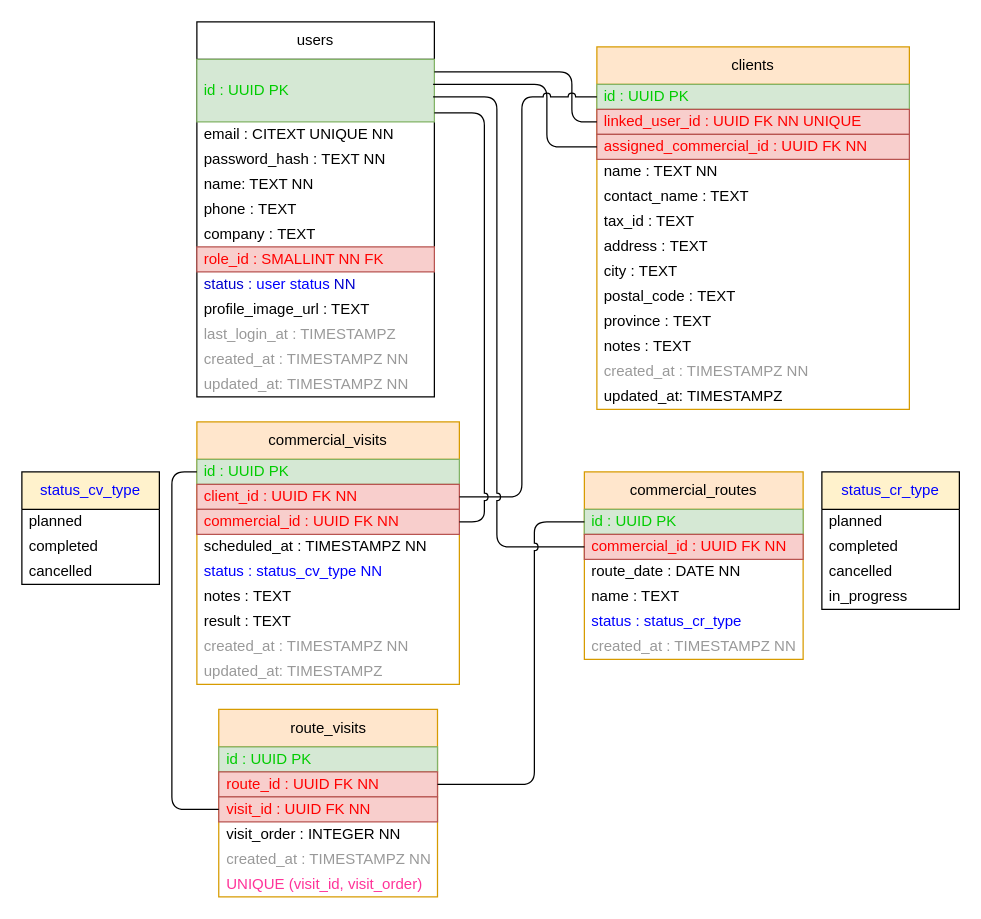
Before: docs/docs/figures/UML/MCD/M2_BD.drawio in MadaoSurmanito/app-tfg, a draw.io diagram. Source tidied: cells renumbered, new cells numbered last; positions are measured from the earlier drawing's top-left corner, leaving out a move shared by most shapes. Both pictures are drawn from the tidied source at 125%, with x=0, y=0 at pixel (21, 21).
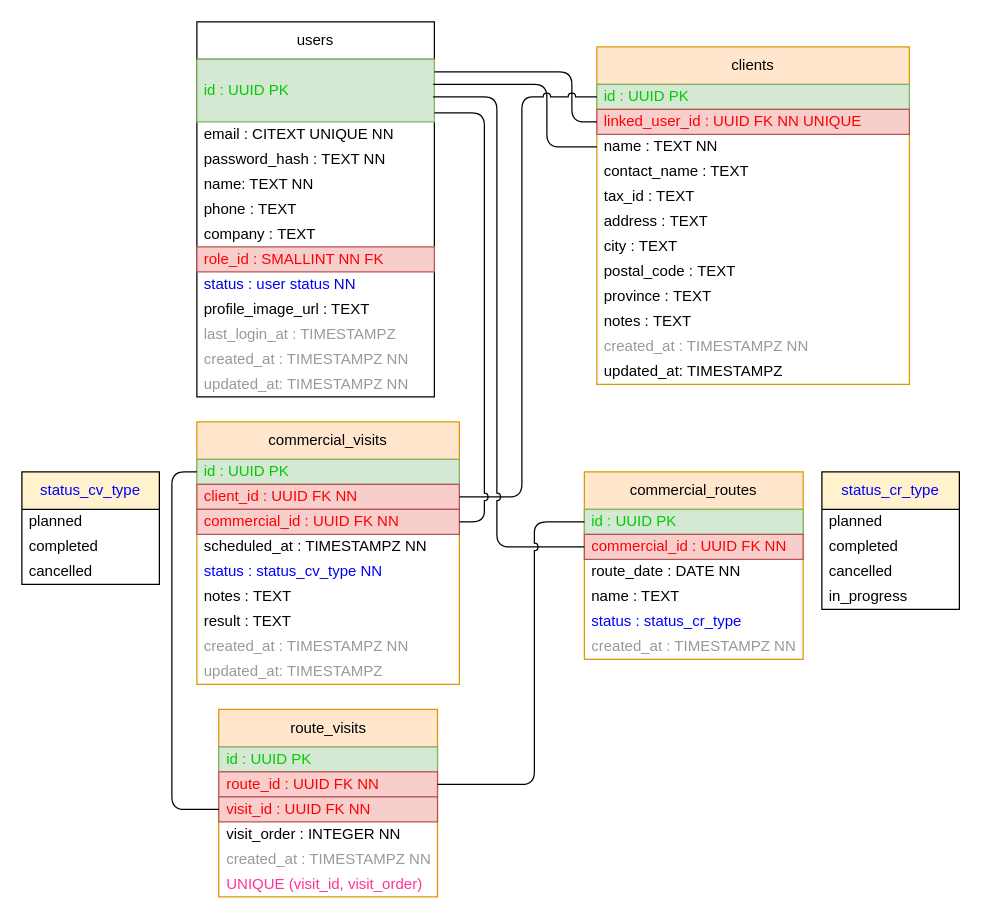
The same diagram, later.

Commit message (it also covers changes not shown here):
Remove assigned commercial from clients

What changed in the source:
```diff
@@
     <mxCell id="15" value="clients" style="swimlane;fontStyle=0;horizontal=1;startSize=30;whiteSpace=wrap;html=1;fillColor=#ffe6cc;strokeColor=#d79b00;" parent="1" vertex="1">
-      <mxGeometry x="460" y="20" width="250" height="290" as="geometry" />
+      <mxGeometry x="460" y="20" width="250" height="270" as="geometry" />
     </mxCell>
@@
-    <mxCell id="18" value="&lt;font color=&quot;#ff0000&quot;&gt;assigned_commercial_id : UUID FK NN&lt;/font&gt;" style="text;strokeColor=#b85450;fillColor=#f8cecc;align=left;verticalAlign=middle;spacingLeft=4;spacingRight=4;overflow=hidden;points=[[0,0.5],[1,0.5]];portConstraint=eastwest;whiteSpace=wrap;html=1;" parent="15" vertex="1">
-      <mxGeometry y="70" width="250" height="20" as="geometry" />
-    </mxCell>
     <mxCell id="19" value="name : TEXT NN" style="text;strokeColor=none;fillColor=none;align=left;verticalAlign=middle;spacingLeft=4;spacingRight=4;overflow=hidden;whiteSpace=wrap;html=1;" parent="15" vertex="1">
-      <mxGeometry y="90" width="250" height="20" as="geometry" />
+      <mxGeometry y="70" width="250" height="20" as="geometry" />
     </mxCell>
     <mxCell id="20" value="contact_name : TEXT" style="text;strokeColor=none;fillColor=none;align=left;verticalAlign=middle;spacingLeft=4;spacingRight=4;overflow=hidden;whiteSpace=wrap;html=1;" parent="15" vertex="1">
-      <mxGeometry y="110" width="250" height="20" as="geometry" />
+      <mxGeometry y="90" width="250" height="20" as="geometry" />
     </mxCell>
     <mxCell id="21" value="tax_id : TEXT" style="text;strokeColor=none;fillColor=none;align=left;verticalAlign=middle;spacingLeft=4;spacingRight=4;overflow=hidden;whiteSpace=wrap;html=1;" parent="15" vertex="1">
-      <mxGeometry y="130" width="250" height="20" as="geometry" />
+      <mxGeometry y="110" width="250" height="20" as="geometry" />
     </mxCell>
     <mxCell id="22" value="address :&amp;nbsp;&lt;span style=&quot;color: rgb(0, 0, 0);&quot;&gt;TEXT&lt;/span&gt;" style="text;strokeColor=none;fillColor=none;align=left;verticalAlign=middle;spacingLeft=4;spacingRight=4;overflow=hidden;whiteSpace=wrap;html=1;" parent="15" vertex="1">
-      <mxGeometry y="150" width="250" height="20" as="geometry" />
+      <mxGeometry y="130" width="250" height="20" as="geometry" />
     </mxCell>
     <mxCell id="23" value="city :&amp;nbsp;&lt;span style=&quot;color: rgb(0, 0, 0);&quot;&gt;TEXT&lt;/span&gt;" style="text;strokeColor=none;fillColor=none;align=left;verticalAlign=middle;spacingLeft=4;spacingRight=4;overflow=hidden;whiteSpace=wrap;html=1;" parent="15" vertex="1">
-      <mxGeometry y="170" width="250" height="20" as="geometry" />
+      <mxGeometry y="150" width="250" height="20" as="geometry" />
     </mxCell>
     <mxCell id="24" value="postal_code :&amp;nbsp;&lt;span style=&quot;color: rgb(0, 0, 0);&quot;&gt;TEXT&lt;/span&gt;" style="text;strokeColor=none;fillColor=none;align=left;verticalAlign=middle;spacingLeft=4;spacingRight=4;overflow=hidden;whiteSpace=wrap;html=1;" parent="15" vertex="1">
-      <mxGeometry y="190" width="250" height="20" as="geometry" />
+      <mxGeometry y="170" width="250" height="20" as="geometry" />
     </mxCell>
     <mxCell id="25" value="province :&amp;nbsp;&lt;span style=&quot;color: rgb(0, 0, 0);&quot;&gt;TEXT&lt;/span&gt;" style="text;strokeColor=none;fillColor=none;align=left;verticalAlign=middle;spacingLeft=4;spacingRight=4;overflow=hidden;whiteSpace=wrap;html=1;" parent="15" vertex="1">
-      <mxGeometry y="210" width="250" height="20" as="geometry" />
+      <mxGeometry y="190" width="250" height="20" as="geometry" />
     </mxCell>
     <mxCell id="26" value="notes :&amp;nbsp;&lt;span style=&quot;color: rgb(0, 0, 0);&quot;&gt;TEXT&lt;/span&gt;" style="text;strokeColor=none;fillColor=none;align=left;verticalAlign=middle;spacingLeft=4;spacingRight=4;overflow=hidden;whiteSpace=wrap;html=1;" parent="15" vertex="1">
-      <mxGeometry y="230" width="250" height="20" as="geometry" />
+      <mxGeometry y="210" width="250" height="20" as="geometry" />
     </mxCell>
     <mxCell id="27" value="created_at : TIMESTAMPZ NN" style="text;strokeColor=none;fillColor=none;align=left;verticalAlign=middle;spacingLeft=4;spacingRight=4;overflow=hidden;whiteSpace=wrap;html=1;fontColor=#999999;" parent="15" vertex="1">
-      <mxGeometry y="250" width="250" height="20" as="geometry" />
+      <mxGeometry y="230" width="250" height="20" as="geometry" />
     </mxCell>
     <mxCell id="28" value="updated_at: TIMESTAMPZ" style="text;strokeColor=none;fillColor=none;align=left;verticalAlign=middle;spacingLeft=4;spacingRight=4;overflow=hidden;whiteSpace=wrap;html=1;" parent="15" vertex="1">
-      <mxGeometry y="270" width="250" height="20" as="geometry" />
+      <mxGeometry y="250" width="250" height="20" as="geometry" />
     </mxCell>
@@
-    <mxCell id="30" style="edgeStyle=orthogonalEdgeStyle;html=1;exitX=0;exitY=0.5;exitDx=0;exitDy=0;endArrow=none;endFill=0;" parent="1" edge="1" source="18">
+    <mxCell id="30" style="edgeStyle=orthogonalEdgeStyle;html=1;exitX=0;exitY=0.5;exitDx=0;exitDy=0;endArrow=none;endFill=0;" parent="1" edge="1">
       <mxGeometry relative="1" as="geometry">
+        <mxPoint x="460" y="100" as="sourcePoint" />
         <mxPoint x="329" y="50" as="targetPoint" />
         <Array as="points">
           <mxPoint x="420" y="100" />
           <mxPoint x="420" y="50" />
         </Array>
       </mxGeometry>
     </mxCell>
```
